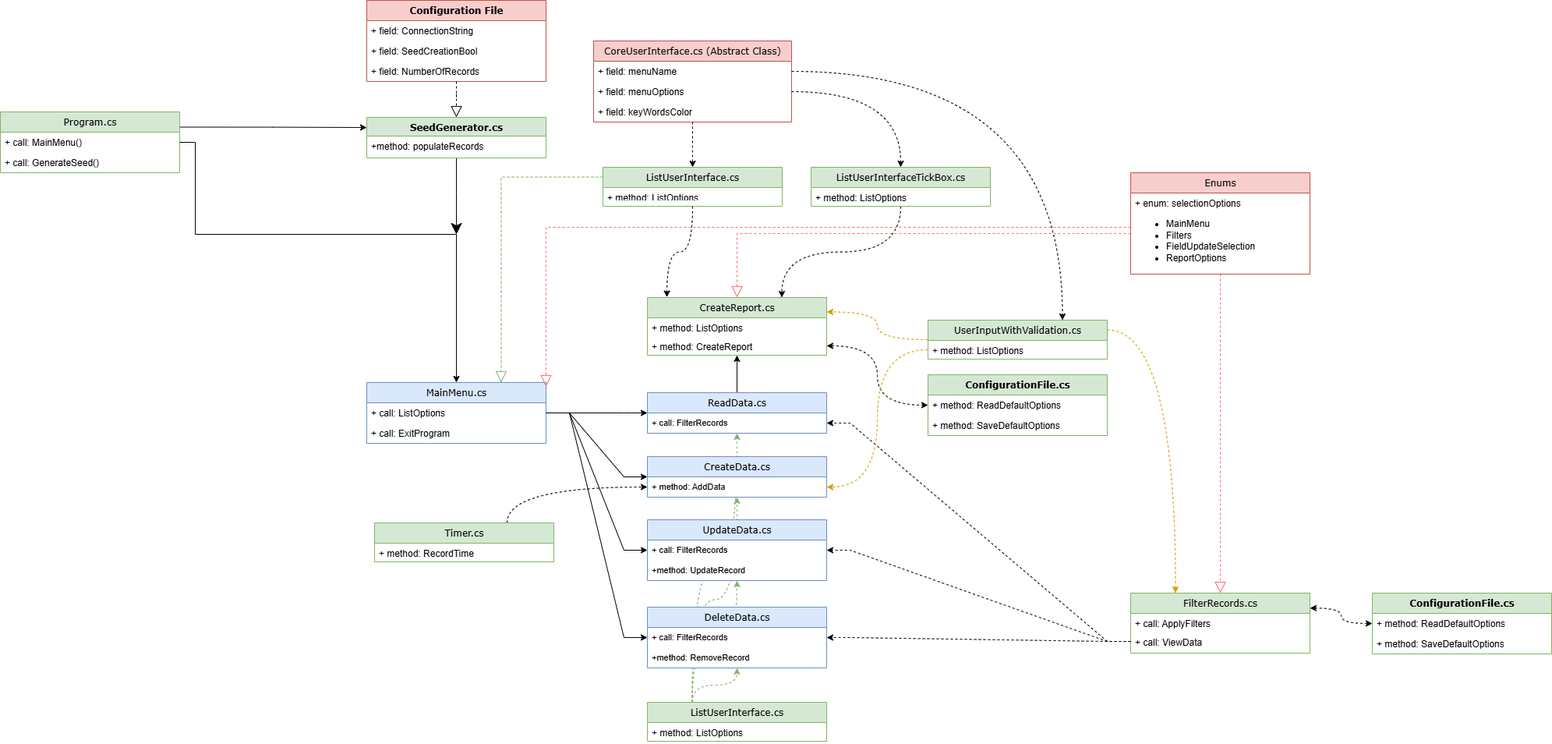
Earlier version of the draw.io export Console.CodingTracker/Diagrams/Classes.drawio.png (Wolfieeex/CodeReviews.Console.CodingTracker). Source tidied: cells renumbered, new cells last; positions are measured from the earlier drawing's top-left corner, leaving out a move shared by most shapes.
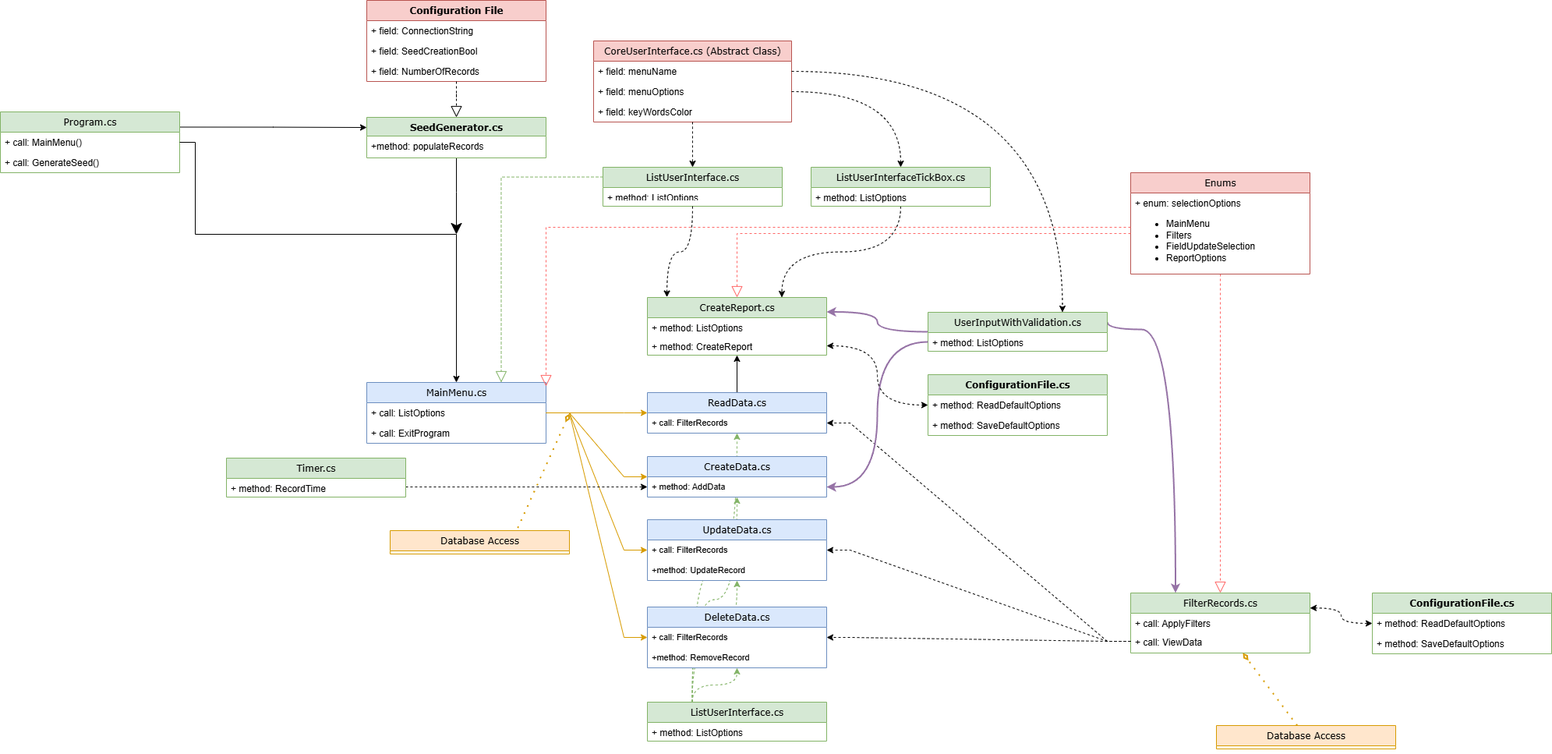
The same diagram one commit later.

Diff of the diagram source:
```diff
@@ -38,7 +38,7 @@
     <mxCell id="13" value="+ field: NumberOfRecords" style="text;html=1;strokeColor=none;fillColor=none;align=left;verticalAlign=top;spacingLeft=4;spacingRight=4;whiteSpace=wrap;overflow=hidden;" parent="10" vertex="1">
       <mxGeometry y="78" width="230" height="26" as="geometry" />
     </mxCell>
-    <mxCell id="14" style="edgeStyle=entityRelationEdgeStyle;shape=connector;rounded=0;jumpStyle=none;jettySize=auto;html=1;entryX=0;entryY=0.5;entryDx=0;entryDy=0;strokeColor=default;align=center;verticalAlign=middle;fontFamily=Helvetica;fontSize=11;fontColor=default;labelBackgroundColor=default;endArrow=classic;flowAnimation=0;exitX=1;exitY=0.5;exitDx=0;exitDy=0;" parent="1" edge="1" source="16" target="29">
+    <mxCell id="14" style="edgeStyle=entityRelationEdgeStyle;shape=connector;rounded=0;jumpStyle=none;jettySize=auto;html=1;entryX=0;entryY=0.5;entryDx=0;entryDy=0;strokeColor=#d79b00;align=center;verticalAlign=middle;fontFamily=Helvetica;fontSize=11;fontColor=default;labelBackgroundColor=default;endArrow=classic;flowAnimation=0;exitX=1;exitY=0.5;exitDx=0;exitDy=0;fillColor=#ffe6cc;" parent="1" edge="1" source="16" target="29">
       <mxGeometry relative="1" as="geometry">
         <Array as="points">
           <mxPoint x="780" y="540" />
@@ -165,13 +165,13 @@
     <mxCell id="50" value="+method: RemoveRecord" style="text;strokeColor=none;fillColor=none;align=left;verticalAlign=top;spacingLeft=4;spacingRight=4;overflow=hidden;whiteSpace=wrap;html=1;fontFamily=Helvetica;fontSize=11;fontColor=default;labelBackgroundColor=default;" parent="48" vertex="1">
       <mxGeometry y="52" width="230" height="26" as="geometry" />
     </mxCell>
-    <mxCell id="51" style="edgeStyle=entityRelationEdgeStyle;shape=connector;rounded=0;jumpStyle=none;jettySize=auto;html=1;exitX=1;exitY=0.5;exitDx=0;exitDy=0;entryX=0;entryY=0.5;entryDx=0;entryDy=0;strokeColor=default;align=center;verticalAlign=middle;fontFamily=Helvetica;fontSize=11;fontColor=default;labelBackgroundColor=default;endArrow=classic;flowAnimation=0;" parent="1" edge="1" source="16" target="43">
+    <mxCell id="51" style="edgeStyle=entityRelationEdgeStyle;shape=connector;rounded=0;jumpStyle=none;jettySize=auto;html=1;exitX=1;exitY=0.5;exitDx=0;exitDy=0;entryX=0;entryY=0.5;entryDx=0;entryDy=0;strokeColor=#d79b00;align=center;verticalAlign=middle;fontFamily=Helvetica;fontSize=11;fontColor=default;labelBackgroundColor=default;endArrow=classic;flowAnimation=0;fillColor=#ffe6cc;" parent="1" edge="1" source="16" target="43">
       <mxGeometry relative="1" as="geometry" />
     </mxCell>
-    <mxCell id="52" style="edgeStyle=entityRelationEdgeStyle;shape=connector;rounded=0;jumpStyle=none;jettySize=auto;html=1;exitX=1;exitY=0.5;exitDx=0;exitDy=0;entryX=0;entryY=0.5;entryDx=0;entryDy=0;strokeColor=default;align=center;verticalAlign=middle;fontFamily=Helvetica;fontSize=11;fontColor=default;labelBackgroundColor=default;endArrow=classic;flowAnimation=0;" parent="1" edge="1" source="16" target="45">
+    <mxCell id="52" style="edgeStyle=entityRelationEdgeStyle;shape=connector;rounded=0;jumpStyle=none;jettySize=auto;html=1;exitX=1;exitY=0.5;exitDx=0;exitDy=0;entryX=0;entryY=0.5;entryDx=0;entryDy=0;strokeColor=#d79b00;align=center;verticalAlign=middle;fontFamily=Helvetica;fontSize=11;fontColor=default;labelBackgroundColor=default;endArrow=classic;flowAnimation=0;fillColor=#ffe6cc;" parent="1" edge="1" source="16" target="45">
       <mxGeometry relative="1" as="geometry" />
     </mxCell>
-    <mxCell id="53" style="edgeStyle=entityRelationEdgeStyle;shape=connector;rounded=0;jumpStyle=none;jettySize=auto;html=1;exitX=1;exitY=0.5;exitDx=0;exitDy=0;entryX=0;entryY=0.5;entryDx=0;entryDy=0;strokeColor=default;align=center;verticalAlign=middle;fontFamily=Helvetica;fontSize=11;fontColor=default;labelBackgroundColor=default;endArrow=classic;flowAnimation=0;" parent="1" edge="1" source="16" target="48">
+    <mxCell id="53" style="edgeStyle=entityRelationEdgeStyle;shape=connector;rounded=0;jumpStyle=none;jettySize=auto;html=1;exitX=1;exitY=0.5;exitDx=0;exitDy=0;entryX=0;entryY=0.5;entryDx=0;entryDy=0;strokeColor=#d79b00;align=center;verticalAlign=middle;fontFamily=Helvetica;fontSize=11;fontColor=default;labelBackgroundColor=default;endArrow=classic;flowAnimation=0;fillColor=#ffe6cc;" parent="1" edge="1" source="16" target="48">
       <mxGeometry relative="1" as="geometry" />
     </mxCell>
     <mxCell id="54" style="edgeStyle=orthogonalEdgeStyle;shape=connector;rounded=0;jettySize=auto;html=1;exitX=0;exitY=0.5;exitDx=0;exitDy=0;dashed=1;strokeColor=#FF6666;align=center;verticalAlign=middle;fontFamily=Helvetica;fontSize=11;fontColor=default;labelBackgroundColor=default;endArrow=block;endFill=0;endSize=12;" parent="1" edge="1" source="24" target="40">
@@ -204,10 +204,10 @@
     <mxCell id="63" style="edgeStyle=orthogonalEdgeStyle;shape=connector;curved=1;rounded=0;jumpStyle=none;jettySize=auto;html=1;exitX=1;exitY=0.5;exitDx=0;exitDy=0;entryX=0.5;entryY=0;entryDx=0;entryDy=0;dashed=1;strokeColor=default;align=center;verticalAlign=middle;fontFamily=Verdana;fontSize=12;fontColor=default;fontStyle=0;labelBackgroundColor=none;endArrow=classic;flowAnimation=0;" parent="1" edge="1" source="20" target="61">
       <mxGeometry relative="1" as="geometry" />
     </mxCell>
-    <mxCell id="64" style="edgeStyle=orthogonalEdgeStyle;shape=connector;curved=1;rounded=0;jumpStyle=none;jettySize=auto;html=1;entryX=1;entryY=0.25;entryDx=0;entryDy=0;dashed=1;strokeColor=#d79b00;align=center;verticalAlign=middle;fontFamily=Verdana;fontSize=12;fontColor=default;fontStyle=0;labelBackgroundColor=none;endArrow=classic;flowAnimation=0;fillColor=#ffe6cc;" parent="1" edge="1" source="66" target="40">
+    <mxCell id="64" style="edgeStyle=orthogonalEdgeStyle;shape=connector;curved=1;rounded=0;jumpStyle=none;jettySize=auto;html=1;entryX=1;entryY=0.25;entryDx=0;entryDy=0;strokeColor=#9673a6;align=center;verticalAlign=middle;fontFamily=Verdana;fontSize=12;fontColor=default;fontStyle=0;labelBackgroundColor=none;endArrow=classic;flowAnimation=0;fillColor=#e1d5e7;strokeWidth=2;" parent="1" edge="1" source="66" target="40">
       <mxGeometry relative="1" as="geometry" />
     </mxCell>
-    <mxCell id="65" style="edgeStyle=orthogonalEdgeStyle;shape=connector;curved=1;rounded=0;jumpStyle=none;jettySize=auto;html=1;exitX=1;exitY=0.25;exitDx=0;exitDy=0;entryX=0.25;entryY=0;entryDx=0;entryDy=0;dashed=1;strokeColor=#d79b00;align=center;verticalAlign=middle;fontFamily=Verdana;fontSize=12;fontColor=default;fontStyle=0;labelBackgroundColor=none;endArrow=classic;flowAnimation=0;fillColor=#ffe6cc;" parent="1" edge="1" source="66" target="37">
+    <mxCell id="65" style="edgeStyle=orthogonalEdgeStyle;shape=connector;curved=1;rounded=0;jumpStyle=none;jettySize=auto;html=1;exitX=1;exitY=0.25;exitDx=0;exitDy=0;entryX=0.25;entryY=0;entryDx=0;entryDy=0;strokeColor=#9673a6;align=center;verticalAlign=middle;fontFamily=Verdana;fontSize=12;fontColor=default;fontStyle=0;labelBackgroundColor=none;endArrow=classic;flowAnimation=0;fillColor=#e1d5e7;strokeWidth=2;" parent="1" edge="1" source="66" target="37">
       <mxGeometry relative="1" as="geometry">
         <Array as="points">
           <mxPoint x="1507" y="422" />
@@ -215,7 +215,7 @@
       </mxGeometry>
     </mxCell>
     <mxCell id="66" value="UserInputWithValidation.cs" style="swimlane;html=1;fontStyle=0;align=center;verticalAlign=top;horizontal=1;startSize=26;swimlaneFillColor=#ffffff;rounded=0;shadow=0;comic=0;labelBackgroundColor=none;strokeWidth=1;fillColor=#d5e8d4;fontFamily=Verdana;fontSize=12;swimlaneLine=1;strokeColor=#82b366;" parent="1" vertex="1">
-      <mxGeometry x="1190" y="410" width="230" height="50" as="geometry" />
+      <mxGeometry x="1190" y="400" width="230" height="50" as="geometry" />
     </mxCell>
     <mxCell id="67" value="+ method: ListOptions" style="text;html=1;strokeColor=none;fillColor=none;align=left;verticalAlign=top;spacingLeft=4;spacingRight=4;whiteSpace=wrap;overflow=hidden;points=[[0,0.5],[1,0.5]];portConstraint=eastwest;" parent="66" vertex="1">
       <mxGeometry y="26" width="230" height="24" as="geometry" />
@@ -261,13 +261,27 @@
       </mxGeometry>
     </mxCell>
     <mxCell id="80" value="Timer.cs" style="swimlane;html=1;fontStyle=0;align=center;verticalAlign=top;horizontal=1;startSize=26;swimlaneFillColor=#ffffff;rounded=0;shadow=0;comic=0;labelBackgroundColor=none;strokeWidth=1;fillColor=#d5e8d4;fontFamily=Verdana;fontSize=12;swimlaneLine=1;strokeColor=#82b366;" parent="1" vertex="1">
-      <mxGeometry x="480" y="670" width="230" height="50" as="geometry" />
+      <mxGeometry x="290" y="587" width="230" height="50" as="geometry" />
     </mxCell>
     <mxCell id="81" value="+ method: RecordTime" style="text;html=1;strokeColor=none;fillColor=none;align=left;verticalAlign=top;spacingLeft=4;spacingRight=4;whiteSpace=wrap;overflow=hidden;" parent="80" vertex="1">
       <mxGeometry y="26" width="230" height="24" as="geometry" />
     </mxCell>
-    <mxCell id="82" style="edgeStyle=orthogonalEdgeStyle;shape=connector;curved=1;rounded=0;jumpStyle=none;jettySize=auto;html=1;exitX=0;exitY=0.5;exitDx=0;exitDy=0;entryX=1;entryY=0.5;entryDx=0;entryDy=0;dashed=1;strokeColor=#d79b00;align=center;verticalAlign=middle;fontFamily=Verdana;fontSize=12;fontColor=default;fontStyle=0;labelBackgroundColor=none;endArrow=classic;flowAnimation=0;fillColor=#ffe6cc;" parent="1" edge="1" source="67" target="44">
+    <mxCell id="82" style="edgeStyle=orthogonalEdgeStyle;shape=connector;curved=1;rounded=0;jumpStyle=none;jettySize=auto;html=1;exitX=0;exitY=0.5;exitDx=0;exitDy=0;entryX=1;entryY=0.5;entryDx=0;entryDy=0;strokeColor=#9673a6;align=center;verticalAlign=middle;fontFamily=Verdana;fontSize=12;fontColor=default;fontStyle=0;labelBackgroundColor=none;endArrow=classic;flowAnimation=0;fillColor=#e1d5e7;strokeWidth=2;" parent="1" edge="1" source="67" target="44">
       <mxGeometry relative="1" as="geometry" />
     </mxCell>
+    <mxCell id="83" style="shape=connector;rounded=0;jumpStyle=none;jettySize=auto;html=1;dashed=1;strokeColor=#d79b00;align=center;verticalAlign=middle;fontFamily=Verdana;fontSize=12;fontColor=default;fontStyle=0;labelBackgroundColor=none;endArrow=diamondThin;flowAnimation=0;dashPattern=1 4;endFill=0;fillColor=#ffe6cc;strokeWidth=2;" parent="1" edge="1" source="84" target="37">
+      <mxGeometry relative="1" as="geometry" />
+    </mxCell>
+    <mxCell id="84" value="Database Access&lt;div&gt;&lt;br&gt;&lt;/div&gt;" style="swimlane;html=1;fontStyle=0;align=center;verticalAlign=top;horizontal=1;startSize=26;swimlaneFillColor=#ffffff;rounded=0;shadow=0;comic=0;labelBackgroundColor=none;strokeWidth=1;fillColor=#ffe6cc;fontFamily=Verdana;fontSize=12;swimlaneLine=1;strokeColor=#d79b00;" parent="1" vertex="1">
+      <mxGeometry x="1560" y="930" width="230" height="30" as="geometry" />
+    </mxCell>
+    <mxCell id="85" style="edgeStyle=none;shape=connector;rounded=0;jumpStyle=none;jettySize=auto;html=1;dashed=1;dashPattern=1 4;strokeColor=#d79b00;strokeWidth=2;align=center;verticalAlign=middle;fontFamily=Verdana;fontSize=12;fontColor=default;fontStyle=0;labelBackgroundColor=none;endArrow=diamondThin;endFill=0;flowAnimation=0;fillColor=#ffe6cc;exitX=0.694;exitY=0.19;exitDx=0;exitDy=0;exitPerimeter=0;" parent="1" edge="1" source="86">
+      <mxGeometry relative="1" as="geometry">
+        <mxPoint x="730" y="530" as="targetPoint" />
+      </mxGeometry>
+    </mxCell>
+    <mxCell id="86" value="Database Access&lt;div&gt;&lt;br&gt;&lt;/div&gt;" style="swimlane;html=1;fontStyle=0;align=center;verticalAlign=top;horizontal=1;startSize=26;swimlaneFillColor=#ffffff;rounded=0;shadow=0;comic=0;labelBackgroundColor=none;strokeWidth=1;fillColor=#ffe6cc;fontFamily=Verdana;fontSize=12;swimlaneLine=1;strokeColor=#d79b00;" parent="1" vertex="1">
+      <mxGeometry x="500" y="680" width="230" height="30" as="geometry" />
+    </mxCell>
   </root>
 </mxGraphModel>
```
